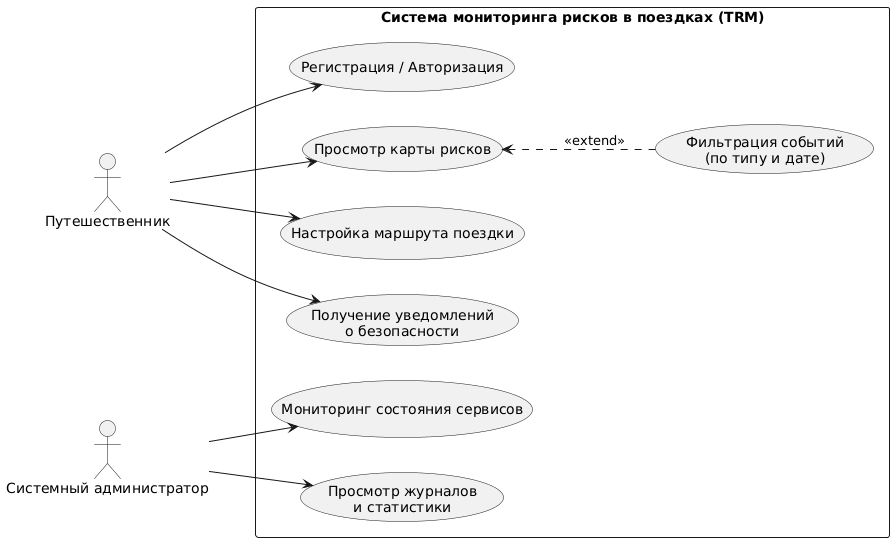
Earlier version of the PlantUML export report/picture/diagramm/use_case_diagramm.png (kovvvalskii/diploma-report). Its diagram source:
```plantuml
@startuml use_case_diagramm
left to right direction

actor "Путешественник" as User
actor "Системный администратор" as Admin

rectangle "Система мониторинга рисков в поездках (TRM)" {
    usecase "Регистрация / Авторизация" as UC5
    usecase "Просмотр карты рисков" as UC1
    usecase "Фильтрация событий\n(по типу и дате)" as UC2
    usecase "Настройка маршрута поездки" as UC3
    usecase "Получение уведомлений\nо безопасности" as UC4

    usecase "Мониторинг состояния сервисов" as UC7
    usecase "Просмотр журналов\nи статистики" as UC8
}

User --> UC5
User --> UC1
User --> UC3
User --> UC4

Admin --> UC7
Admin --> UC8

UC1 <.. UC2 : <<extend>>

@enduml
```
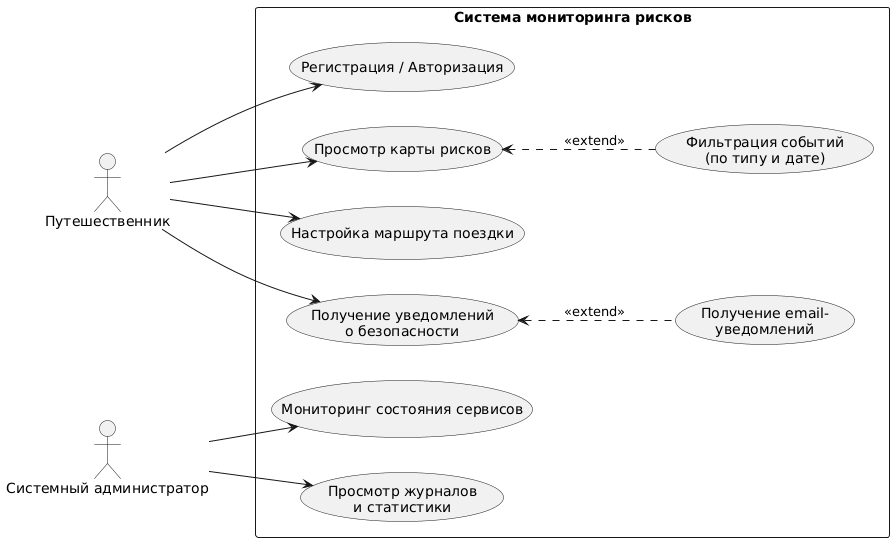
After the commit.

Change to the diagram source:
```diff
@@ -4,12 +4,13 @@
 actor "Путешественник" as User
 actor "Системный администратор" as Admin
 
-rectangle "Система мониторинга рисков в поездках (TRM)" {
+rectangle "Система мониторинга рисков" {
     usecase "Регистрация / Авторизация" as UC5
     usecase "Просмотр карты рисков" as UC1
     usecase "Фильтрация событий\n(по типу и дате)" as UC2
     usecase "Настройка маршрута поездки" as UC3
     usecase "Получение уведомлений\nо безопасности" as UC4
+    usecase "Получение email-\nуведомлений" as UC9
 
     usecase "Мониторинг состояния сервисов" as UC7
     usecase "Просмотр журналов\nи статистики" as UC8
@@ -23,6 +24,7 @@
 Admin --> UC7
 Admin --> UC8
 
+UC4 <.. UC9 : <<extend>>
 UC1 <.. UC2 : <<extend>>
 
 @enduml
```
